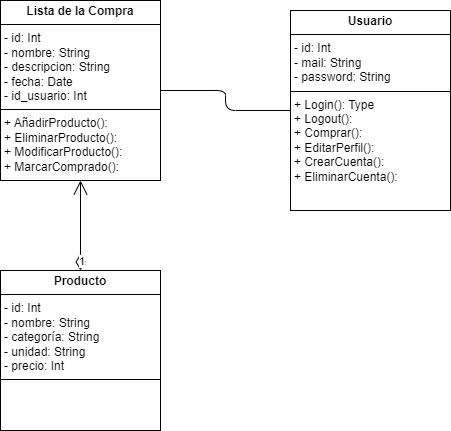
The draw.io diagram docs/diagrama uml.png in danisimmon/Kukit, before a commit. Source tidied: cells renumbered, new cells last; positions are measured from the earlier drawing's top-left corner, leaving out a move shared by most shapes. Source of this version:
```xml
<mxGraphModel>
  <root>
    <mxCell id="0" />
    <mxCell id="1" parent="0" />
    <mxCell id="2" value="&lt;p style=&quot;margin:0px;margin-top:4px;text-align:center;&quot;&gt;&lt;b&gt;Producto&lt;/b&gt;&lt;/p&gt;&lt;hr size=&quot;1&quot; style=&quot;border-style:solid;&quot;&gt;&lt;p style=&quot;margin:0px;margin-left:4px;&quot;&gt;- id: Int&lt;/p&gt;&lt;p style=&quot;margin:0px;margin-left:4px;&quot;&gt;- nombre: String&lt;/p&gt;&lt;p style=&quot;margin:0px;margin-left:4px;&quot;&gt;- categoría: String&lt;/p&gt;&lt;p style=&quot;margin:0px;margin-left:4px;&quot;&gt;- unidad: String&lt;/p&gt;&lt;p style=&quot;margin:0px;margin-left:4px;&quot;&gt;- precio: Int&lt;/p&gt;&lt;hr size=&quot;1&quot; style=&quot;border-style:solid;&quot;&gt;&lt;p style=&quot;margin:0px;margin-left:4px;&quot;&gt;&lt;br&gt;&lt;/p&gt;" style="verticalAlign=top;align=left;overflow=fill;html=1;whiteSpace=wrap;glass=0;" parent="1" vertex="1">
      <mxGeometry y="270" width="160" height="160" as="geometry" />
    </mxCell>
    <mxCell id="3" value="&lt;p style=&quot;margin:0px;margin-top:4px;text-align:center;&quot;&gt;&lt;b&gt;Usuario&lt;/b&gt;&lt;/p&gt;&lt;hr size=&quot;1&quot; style=&quot;border-style:solid;&quot;&gt;&lt;p style=&quot;margin:0px;margin-left:4px;&quot;&gt;- id: Int&lt;/p&gt;&lt;p style=&quot;margin:0px;margin-left:4px;&quot;&gt;- mail: String&lt;/p&gt;&lt;p style=&quot;margin:0px;margin-left:4px;&quot;&gt;- password: String&lt;/p&gt;&lt;hr size=&quot;1&quot; style=&quot;border-style:solid;&quot;&gt;&lt;p style=&quot;margin:0px;margin-left:4px;&quot;&gt;+ Login(): Type&lt;/p&gt;&lt;p style=&quot;margin:0px;margin-left:4px;&quot;&gt;+ Logout():&amp;nbsp;&lt;/p&gt;&lt;p style=&quot;margin:0px;margin-left:4px;&quot;&gt;+ Comprar():&amp;nbsp;&lt;/p&gt;&lt;p style=&quot;margin:0px;margin-left:4px;&quot;&gt;+ EditarPerfil():&lt;/p&gt;&lt;p style=&quot;margin:0px;margin-left:4px;&quot;&gt;+ CrearCuenta():&lt;br&gt;+ EliminarCuenta():&lt;/p&gt;" style="verticalAlign=top;align=left;overflow=fill;html=1;whiteSpace=wrap;glass=0;" parent="1" vertex="1">
      <mxGeometry x="290" y="10" width="160" height="200" as="geometry" />
    </mxCell>
    <mxCell id="4" value="&lt;p style=&quot;margin:0px;margin-top:4px;text-align:center;&quot;&gt;&lt;b&gt;Lista de la Compra&lt;/b&gt;&lt;/p&gt;&lt;hr size=&quot;1&quot; style=&quot;border-style:solid;&quot;&gt;&lt;p style=&quot;margin:0px;margin-left:4px;&quot;&gt;- id: Int&lt;/p&gt;&lt;p style=&quot;margin:0px;margin-left:4px;&quot;&gt;- nombre: String&lt;/p&gt;&lt;p style=&quot;margin:0px;margin-left:4px;&quot;&gt;- descripcion: String&lt;/p&gt;&lt;p style=&quot;margin:0px;margin-left:4px;&quot;&gt;- fecha: Date&lt;/p&gt;&lt;p style=&quot;margin:0px;margin-left:4px;&quot;&gt;- id_usuario: Int&lt;/p&gt;&lt;hr size=&quot;1&quot; style=&quot;border-style:solid;&quot;&gt;&lt;p style=&quot;margin:0px;margin-left:4px;&quot;&gt;+ AñadirProducto():&amp;nbsp;&lt;/p&gt;&lt;p style=&quot;margin:0px;margin-left:4px;&quot;&gt;+ EliminarProducto():&amp;nbsp;&lt;/p&gt;&lt;p style=&quot;margin:0px;margin-left:4px;&quot;&gt;+ ModificarProducto():&lt;/p&gt;&lt;p style=&quot;margin:0px;margin-left:4px;&quot;&gt;+ MarcarComprado():&lt;br&gt;&lt;br&gt;&lt;/p&gt;" style="verticalAlign=top;align=left;overflow=fill;html=1;whiteSpace=wrap;glass=0;" parent="1" vertex="1">
      <mxGeometry width="160" height="180" as="geometry" />
    </mxCell>
    <mxCell id="5" style="endArrow=none;html=1;edgeStyle=orthogonalEdgeStyle;" parent="1" edge="1" source="3" target="4">
      <mxGeometry relative="1" as="geometry" />
    </mxCell>
    <mxCell id="6" value="1" style="endArrow=open;html=1;endSize=12;startArrow=diamondThin;startSize=14;startFill=0;edgeStyle=orthogonalEdgeStyle;align=left;verticalAlign=bottom;" parent="1" edge="1" source="2" target="4">
      <mxGeometry x="-1" y="3" relative="1" as="geometry" />
    </mxCell>
  </root>
</mxGraphModel>
```
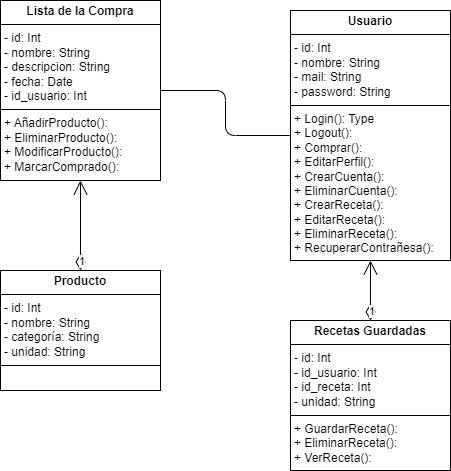
The same diagram one commit later.

Commit message:
Cambios diagramas

Diff of the diagram source:
```diff
@@ -2,11 +2,11 @@
   <root>
     <mxCell id="0" />
     <mxCell id="1" parent="0" />
-    <mxCell id="2" value="&lt;p style=&quot;margin:0px;margin-top:4px;text-align:center;&quot;&gt;&lt;b&gt;Producto&lt;/b&gt;&lt;/p&gt;&lt;hr size=&quot;1&quot; style=&quot;border-style:solid;&quot;&gt;&lt;p style=&quot;margin:0px;margin-left:4px;&quot;&gt;- id: Int&lt;/p&gt;&lt;p style=&quot;margin:0px;margin-left:4px;&quot;&gt;- nombre: String&lt;/p&gt;&lt;p style=&quot;margin:0px;margin-left:4px;&quot;&gt;- categoría: String&lt;/p&gt;&lt;p style=&quot;margin:0px;margin-left:4px;&quot;&gt;- unidad: String&lt;/p&gt;&lt;p style=&quot;margin:0px;margin-left:4px;&quot;&gt;- precio: Int&lt;/p&gt;&lt;hr size=&quot;1&quot; style=&quot;border-style:solid;&quot;&gt;&lt;p style=&quot;margin:0px;margin-left:4px;&quot;&gt;&lt;br&gt;&lt;/p&gt;" style="verticalAlign=top;align=left;overflow=fill;html=1;whiteSpace=wrap;glass=0;" parent="1" vertex="1">
-      <mxGeometry y="270" width="160" height="160" as="geometry" />
+    <mxCell id="2" value="&lt;p style=&quot;margin:0px;margin-top:4px;text-align:center;&quot;&gt;&lt;b&gt;Producto&lt;/b&gt;&lt;/p&gt;&lt;hr size=&quot;1&quot; style=&quot;border-style:solid;&quot;&gt;&lt;p style=&quot;margin:0px;margin-left:4px;&quot;&gt;- id: Int&lt;/p&gt;&lt;p style=&quot;margin:0px;margin-left:4px;&quot;&gt;- nombre: String&lt;/p&gt;&lt;p style=&quot;margin:0px;margin-left:4px;&quot;&gt;- categoría: String&lt;/p&gt;&lt;p style=&quot;margin:0px;margin-left:4px;&quot;&gt;- unidad: String&lt;/p&gt;&lt;hr size=&quot;1&quot; style=&quot;border-style:solid;&quot;&gt;&lt;p style=&quot;margin:0px;margin-left:4px;&quot;&gt;&lt;br&gt;&lt;/p&gt;" style="verticalAlign=top;align=left;overflow=fill;html=1;whiteSpace=wrap;glass=0;" parent="1" vertex="1">
+      <mxGeometry y="270" width="160" height="120" as="geometry" />
     </mxCell>
-    <mxCell id="3" value="&lt;p style=&quot;margin:0px;margin-top:4px;text-align:center;&quot;&gt;&lt;b&gt;Usuario&lt;/b&gt;&lt;/p&gt;&lt;hr size=&quot;1&quot; style=&quot;border-style:solid;&quot;&gt;&lt;p style=&quot;margin:0px;margin-left:4px;&quot;&gt;- id: Int&lt;/p&gt;&lt;p style=&quot;margin:0px;margin-left:4px;&quot;&gt;- mail: String&lt;/p&gt;&lt;p style=&quot;margin:0px;margin-left:4px;&quot;&gt;- password: String&lt;/p&gt;&lt;hr size=&quot;1&quot; style=&quot;border-style:solid;&quot;&gt;&lt;p style=&quot;margin:0px;margin-left:4px;&quot;&gt;+ Login(): Type&lt;/p&gt;&lt;p style=&quot;margin:0px;margin-left:4px;&quot;&gt;+ Logout():&amp;nbsp;&lt;/p&gt;&lt;p style=&quot;margin:0px;margin-left:4px;&quot;&gt;+ Comprar():&amp;nbsp;&lt;/p&gt;&lt;p style=&quot;margin:0px;margin-left:4px;&quot;&gt;+ EditarPerfil():&lt;/p&gt;&lt;p style=&quot;margin:0px;margin-left:4px;&quot;&gt;+ CrearCuenta():&lt;br&gt;+ EliminarCuenta():&lt;/p&gt;" style="verticalAlign=top;align=left;overflow=fill;html=1;whiteSpace=wrap;glass=0;" parent="1" vertex="1">
-      <mxGeometry x="290" y="10" width="160" height="200" as="geometry" />
+    <mxCell id="3" value="&lt;p style=&quot;margin:0px;margin-top:4px;text-align:center;&quot;&gt;&lt;b&gt;Usuario&lt;/b&gt;&lt;/p&gt;&lt;hr size=&quot;1&quot; style=&quot;border-style:solid;&quot;&gt;&lt;p style=&quot;margin:0px;margin-left:4px;&quot;&gt;- id: Int&lt;/p&gt;&lt;p style=&quot;margin:0px;margin-left:4px;&quot;&gt;- nombre: String&lt;/p&gt;&lt;p style=&quot;margin:0px;margin-left:4px;&quot;&gt;- mail: String&lt;/p&gt;&lt;p style=&quot;margin:0px;margin-left:4px;&quot;&gt;- password: String&lt;/p&gt;&lt;hr size=&quot;1&quot; style=&quot;border-style:solid;&quot;&gt;&lt;p style=&quot;margin:0px;margin-left:4px;&quot;&gt;+ Login(): Type&lt;/p&gt;&lt;p style=&quot;margin:0px;margin-left:4px;&quot;&gt;+ Logout():&amp;nbsp;&lt;/p&gt;&lt;p style=&quot;margin:0px;margin-left:4px;&quot;&gt;+ Comprar():&amp;nbsp;&lt;/p&gt;&lt;p style=&quot;margin:0px;margin-left:4px;&quot;&gt;+ EditarPerfil():&lt;/p&gt;&lt;p style=&quot;margin:0px;margin-left:4px;&quot;&gt;+ CrearCuenta():&lt;br&gt;+ EliminarCuenta():&lt;/p&gt;&lt;p style=&quot;margin:0px;margin-left:4px;&quot;&gt;+ CrearReceta():&lt;/p&gt;&lt;p style=&quot;margin:0px;margin-left:4px;&quot;&gt;+ EditarReceta():&lt;/p&gt;&lt;p style=&quot;margin:0px;margin-left:4px;&quot;&gt;+ EliminarReceta():&lt;/p&gt;&lt;p style=&quot;margin:0px;margin-left:4px;&quot;&gt;+ RecuperarContrañesa():&lt;/p&gt;" style="verticalAlign=top;align=left;overflow=fill;html=1;whiteSpace=wrap;glass=0;" parent="1" vertex="1">
+      <mxGeometry x="290" y="10" width="160" height="250" as="geometry" />
     </mxCell>
     <mxCell id="4" value="&lt;p style=&quot;margin:0px;margin-top:4px;text-align:center;&quot;&gt;&lt;b&gt;Lista de la Compra&lt;/b&gt;&lt;/p&gt;&lt;hr size=&quot;1&quot; style=&quot;border-style:solid;&quot;&gt;&lt;p style=&quot;margin:0px;margin-left:4px;&quot;&gt;- id: Int&lt;/p&gt;&lt;p style=&quot;margin:0px;margin-left:4px;&quot;&gt;- nombre: String&lt;/p&gt;&lt;p style=&quot;margin:0px;margin-left:4px;&quot;&gt;- descripcion: String&lt;/p&gt;&lt;p style=&quot;margin:0px;margin-left:4px;&quot;&gt;- fecha: Date&lt;/p&gt;&lt;p style=&quot;margin:0px;margin-left:4px;&quot;&gt;- id_usuario: Int&lt;/p&gt;&lt;hr size=&quot;1&quot; style=&quot;border-style:solid;&quot;&gt;&lt;p style=&quot;margin:0px;margin-left:4px;&quot;&gt;+ AñadirProducto():&amp;nbsp;&lt;/p&gt;&lt;p style=&quot;margin:0px;margin-left:4px;&quot;&gt;+ EliminarProducto():&amp;nbsp;&lt;/p&gt;&lt;p style=&quot;margin:0px;margin-left:4px;&quot;&gt;+ ModificarProducto():&lt;/p&gt;&lt;p style=&quot;margin:0px;margin-left:4px;&quot;&gt;+ MarcarComprado():&lt;br&gt;&lt;br&gt;&lt;/p&gt;" style="verticalAlign=top;align=left;overflow=fill;html=1;whiteSpace=wrap;glass=0;" parent="1" vertex="1">
       <mxGeometry width="160" height="180" as="geometry" />
@@ -17,5 +17,11 @@
     <mxCell id="6" value="1" style="endArrow=open;html=1;endSize=12;startArrow=diamondThin;startSize=14;startFill=0;edgeStyle=orthogonalEdgeStyle;align=left;verticalAlign=bottom;" parent="1" edge="1" source="2" target="4">
       <mxGeometry x="-1" y="3" relative="1" as="geometry" />
     </mxCell>
+    <mxCell id="7" value="&lt;p style=&quot;margin:0px;margin-top:4px;text-align:center;&quot;&gt;&lt;b&gt;Recetas Guardadas&lt;/b&gt;&lt;/p&gt;&lt;hr size=&quot;1&quot; style=&quot;border-style:solid;&quot;&gt;&lt;p style=&quot;margin:0px;margin-left:4px;&quot;&gt;- id: Int&lt;/p&gt;&lt;p style=&quot;margin:0px;margin-left:4px;&quot;&gt;- id_usuario: Int&lt;/p&gt;&lt;p style=&quot;margin:0px;margin-left:4px;&quot;&gt;- id_receta: Int&lt;/p&gt;&lt;p style=&quot;margin:0px;margin-left:4px;&quot;&gt;- unidad: String&lt;/p&gt;&lt;hr size=&quot;1&quot; style=&quot;border-style:solid;&quot;&gt;&lt;p style=&quot;margin:0px;margin-left:4px;&quot;&gt;+ GuardarReceta():&lt;/p&gt;&lt;p style=&quot;margin:0px;margin-left:4px;&quot;&gt;+ EliminarReceta():&lt;/p&gt;&lt;p style=&quot;margin:0px;margin-left:4px;&quot;&gt;+ VerReceta():&lt;/p&gt;&lt;p style=&quot;margin:0px;margin-left:4px;&quot;&gt;&lt;br&gt;&lt;/p&gt;" style="verticalAlign=top;align=left;overflow=fill;html=1;whiteSpace=wrap;glass=0;" parent="1" vertex="1">
+      <mxGeometry x="290" y="320" width="160" height="150" as="geometry" />
+    </mxCell>
+    <mxCell id="8" value="1" style="endArrow=open;html=1;endSize=12;startArrow=diamondThin;startSize=14;startFill=0;edgeStyle=orthogonalEdgeStyle;align=left;verticalAlign=bottom;" parent="1" edge="1" source="7" target="3">
+      <mxGeometry x="-1" y="3" relative="1" as="geometry" />
+    </mxCell>
   </root>
 </mxGraphModel>
```
